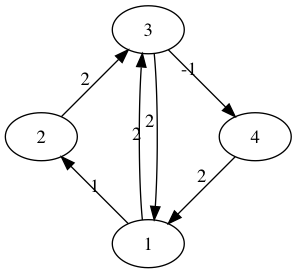
Above: Graphs/graph4.png in matvamo/FloydWarshall (Graphviz), before the change. Its source is kept beside it as Graphs/graph4.dot. Its diagram source:
```dot
digraph {
    1 -> 2[label="1", weight="1"];
    1 -> 3[label="2", weight="2"];
    2 -> 3[label="2", weights="2"];
    3 -> 4[label="-1", weight="-1"];
    3 -> 1[label="2", weight="2"];
    4 -> 1[label="2", weight="2"];
}
```
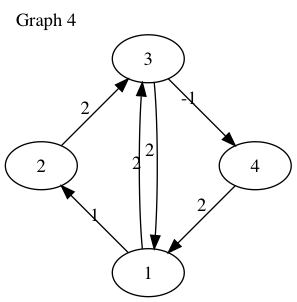
Later version of the same file.

Commit message:
Edit graph dotfiles and images to include caption

Change to the diagram source:
```diff
@@ -1,4 +1,7 @@
 digraph {
+    label="Graph 4";
+    labelloc=top;
+    labeljust=left;
     1 -> 2[label="1", weight="1"];
     1 -> 3[label="2", weight="2"];
     2 -> 3[label="2", weights="2"];
```
